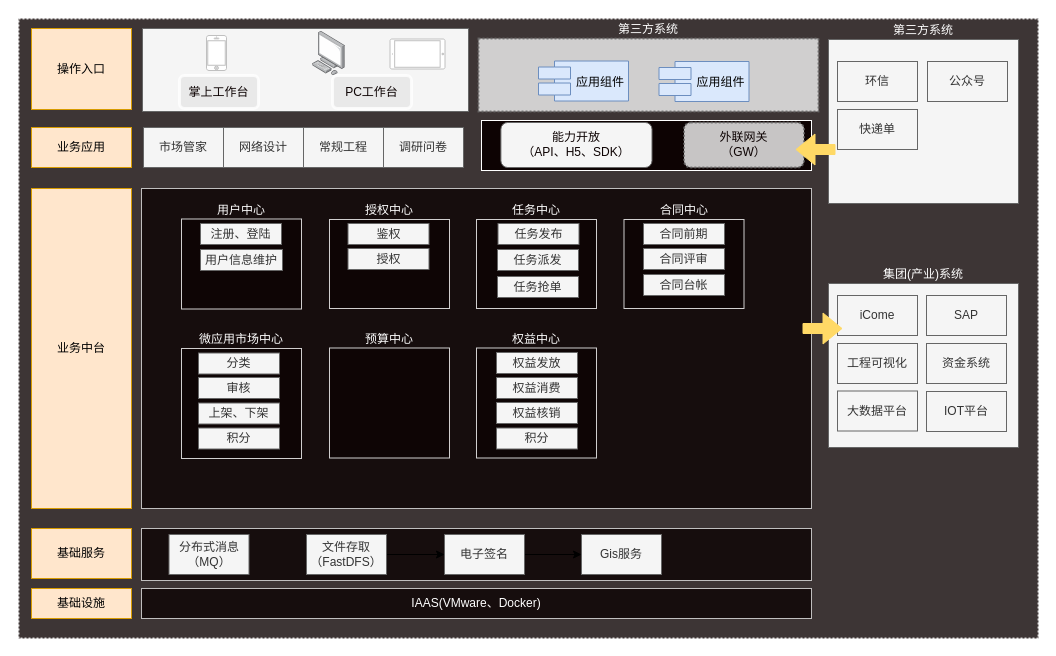
chinadragonsjz/project keeps this draw.io diagram as page "股份业务中台架构图" (3 of 25) of MQ服务.drawio. Above is the earlier version. Source tidied: cells renumbered, new cells numbered last; positions are measured from the earlier drawing's top-left corner, leaving out a move shared by most shapes. Both pictures are drawn from the tidied source at 100%, with x=0, y=0 at pixel (18, 18).
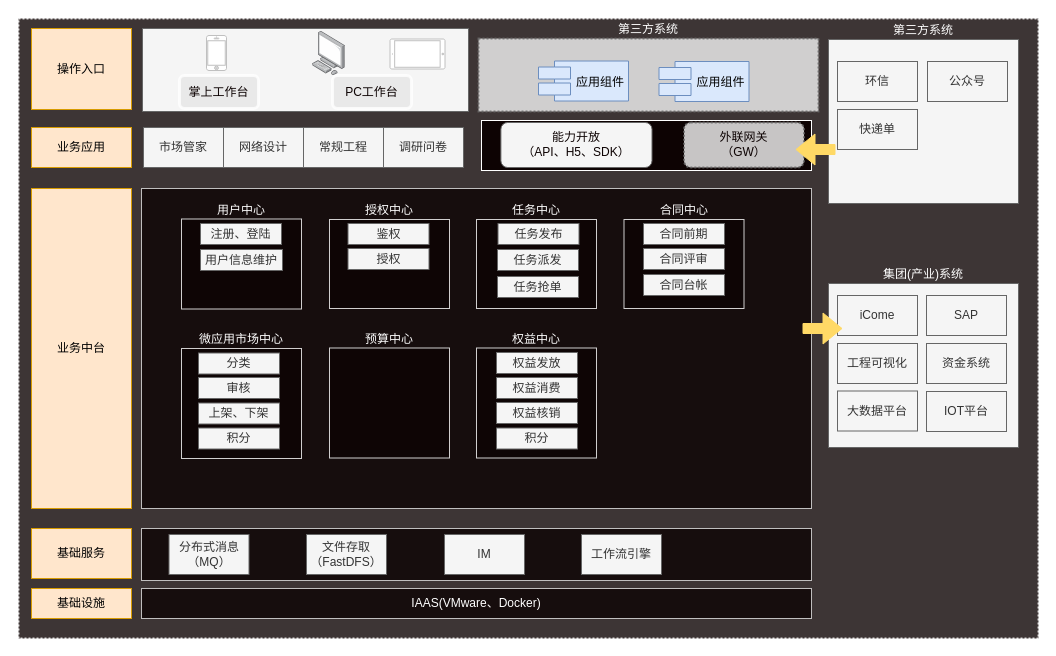
After the change.

The change refers to these unchanged cells:
```xml
<mxCell id="36" value="文件存取&lt;br&gt;（FastDFS）" style="rounded=0;whiteSpace=wrap;html=1;strokeColor=#666666;strokeWidth=1;fillColor=#f5f5f5;fontColor=#333333;align=center;" parent="1" vertex="1">
  <mxGeometry x="288" y="516" width="80" height="40" as="geometry" />
</mxCell>
```

Change to the diagram source:
```diff
@@
-    <mxCell id="35" style="edgeStyle=orthogonalEdgeStyle;rounded=0;jettySize=auto;html=1;fontColor=#0D0303;" parent="1" edge="1" source="36" target="38">
-      <mxGeometry relative="1" as="geometry" />
-    </mxCell>
@@
-    <mxCell id="37" style="edgeStyle=orthogonalEdgeStyle;rounded=0;jettySize=auto;html=1;fontColor=#0D0303;" parent="1" edge="1" source="38" target="39">
-      <mxGeometry relative="1" as="geometry" />
-    </mxCell>
-    <mxCell id="38" value="电子签名" style="rounded=0;whiteSpace=wrap;html=1;strokeColor=#666666;strokeWidth=1;fillColor=#f5f5f5;fontColor=#333333;align=center;" parent="1" vertex="1">
+    <mxCell id="38" value="IM" style="rounded=0;whiteSpace=wrap;html=1;strokeColor=#666666;strokeWidth=1;fillColor=#f5f5f5;fontColor=#333333;align=center;" parent="1" vertex="1">
       <mxGeometry x="426" y="516" width="80" height="40" as="geometry" />
     </mxCell>
-    <mxCell id="39" value="Gis服务" style="rounded=0;whiteSpace=wrap;html=1;strokeColor=#666666;strokeWidth=1;fillColor=#f5f5f5;fontColor=#333333;align=center;" parent="1" vertex="1">
+    <mxCell id="39" value="工作流引擎" style="rounded=0;whiteSpace=wrap;html=1;strokeColor=#666666;strokeWidth=1;fillColor=#f5f5f5;fontColor=#333333;align=center;" parent="1" vertex="1">
       <mxGeometry x="563" y="516" width="80" height="40" as="geometry" />
     </mxCell>
```
